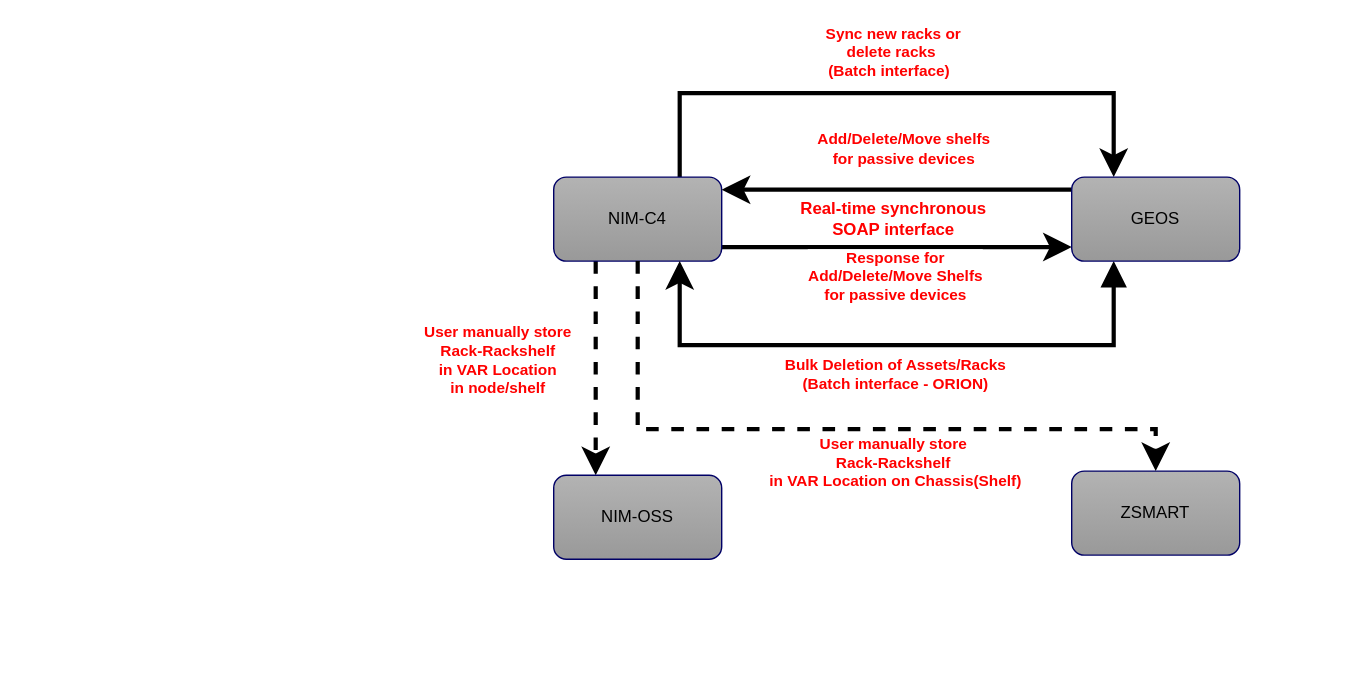
The draw.io diagram page "Rack" (5 of 6) of Untitled Diagram.drawio in dearishtaq/hello-world-old, before the edit. Source tidied: cells renumbered, new cells numbered last; positions are measured from the earlier drawing's top-left corner, leaving out a move shared by most shapes. Both pictures are drawn from the tidied source at 140%, with x=0, y=0 at pixel (553, 92).
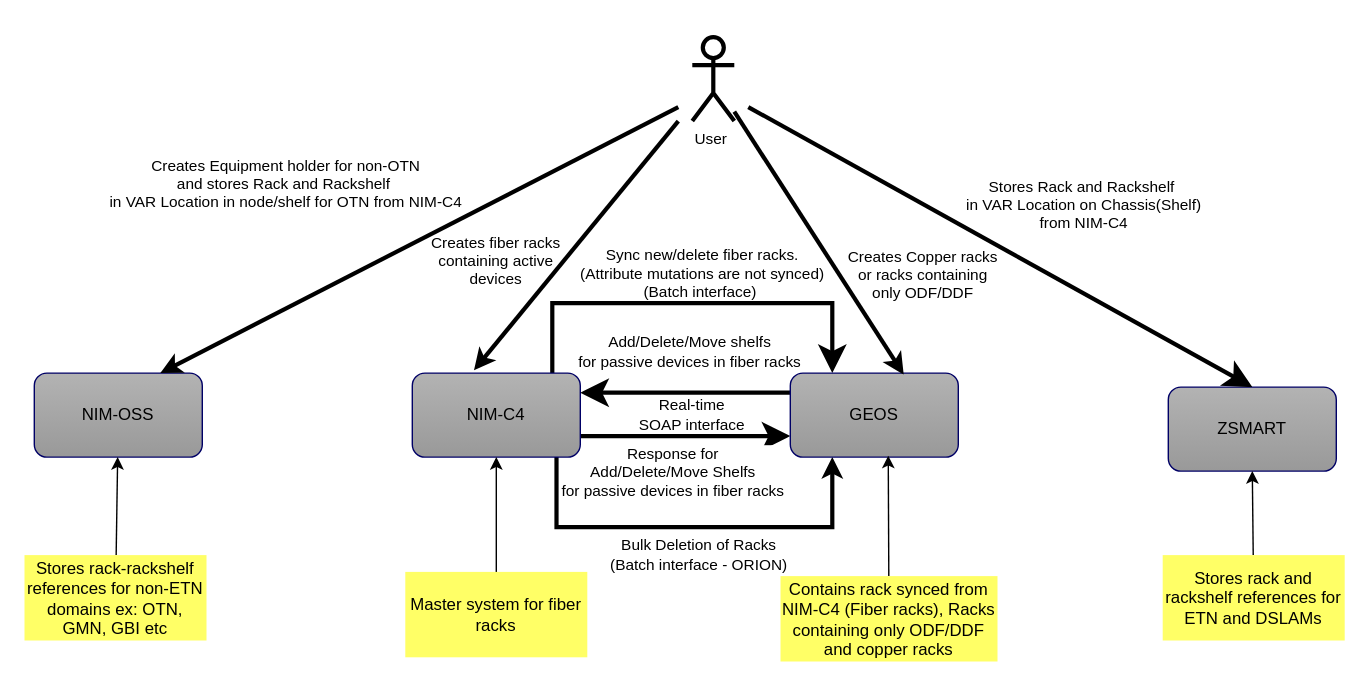
After the change.

What changed in the source:
```diff
@@
-    <mxCell id="2" style="edgeStyle=orthogonalEdgeStyle;rounded=0;orthogonalLoop=1;jettySize=auto;html=1;entryX=0;entryY=0.75;entryDx=0;entryDy=0;strokeColor=#000000;fontColor=#000000;exitX=1;exitY=0.75;exitDx=0;exitDy=0;shadow=0;strokeWidth=3;endSize=11;startSize=11;sketch=0;" parent="1" edge="1">
-      <mxGeometry relative="1" as="geometry">
-        <mxPoint x="120" y="110" as="sourcePoint" />
-        <mxPoint x="370" y="110" as="targetPoint" />
-      </mxGeometry>
+    <mxCell id="2" style="edgeStyle=orthogonalEdgeStyle;rounded=0;jettySize=auto;html=1;strokeColor=#000000;fontColor=#000000;shadow=0;strokeWidth=3;endSize=11;startSize=11;sketch=0;entryX=0;entryY=0.75;entryDx=0;entryDy=0;exitX=1;exitY=0.75;exitDx=0;exitDy=0;" parent="1" edge="1" source="7" target="11">
+      <mxGeometry relative="1" as="geometry" />
     </mxCell>
-    <mxCell id="3" value="&lt;font color=&quot;#ff0000&quot;&gt;&lt;b&gt;Response for &lt;br&gt;Add/Delete/Move Shelfs&lt;br&gt;&lt;/b&gt;&lt;/font&gt;&lt;b style=&quot;color: rgb(255 , 0 , 0)&quot;&gt;for passive devices&lt;/b&gt;&lt;font color=&quot;#ff0000&quot;&gt;&lt;b&gt;&lt;br&gt;&lt;/b&gt;&lt;/font&gt;" style="edgeLabel;html=1;align=center;verticalAlign=middle;fontColor=#000000;" parent="2" vertex="1">
+    <mxCell id="3" value="&lt;font&gt;&lt;span&gt;Response for &lt;br&gt;Add/Delete/Move Shelfs&lt;br&gt;&lt;/span&gt;&lt;/font&gt;&lt;span&gt;for passive devices in fiber racks&lt;/span&gt;&lt;font&gt;&lt;span&gt;&lt;br&gt;&lt;/span&gt;&lt;/font&gt;" style="edgeLabel;html=1;align=center;verticalAlign=middle;fontStyle=0;" parent="2" vertex="1">
       <mxGeometry x="0.15" relative="1" as="geometry">
-        <mxPoint x="-21" y="20" as="offset" />
+        <mxPoint x="-21" y="25" as="offset" />
       </mxGeometry>
     </mxCell>
-    <mxCell id="4" style="edgeStyle=orthogonalEdgeStyle;rounded=0;jettySize=auto;html=1;entryX=0.25;entryY=0;entryDx=0;entryDy=0;fontColor=#000000;exitX=0.75;exitY=0;exitDx=0;exitDy=0;jumpSize=9;jumpStyle=arc;startSize=11;endSize=11;shadow=0;sketch=0;strokeWidth=3;" parent="1" edge="1" source="7" target="11">
+    <mxCell id="4" style="edgeStyle=orthogonalEdgeStyle;rounded=0;jettySize=auto;html=1;entryX=0.25;entryY=0;entryDx=0;entryDy=0;fontColor=#000000;jumpSize=9;jumpStyle=arc;startSize=11;endSize=11;shadow=0;sketch=0;strokeWidth=3;" parent="1" edge="1" source="7" target="11">
       <mxGeometry relative="1" as="geometry">
         <Array as="points">
-          <mxPoint x="90" />
-          <mxPoint x="400" />
+          <mxPoint x="-1" y="150" />
+          <mxPoint x="199" y="150" />
         </Array>
       </mxGeometry>
     </mxCell>
-    <mxCell id="5" value="&lt;font color=&quot;#ff0000&quot;&gt;&lt;b&gt;&amp;nbsp;Sync new racks or&lt;br&gt;delete racks &lt;br&gt;(Batch interface)&amp;nbsp;&lt;/b&gt;&lt;/font&gt;" style="edgeLabel;html=1;align=center;verticalAlign=middle;fontColor=#000000;" parent="4" vertex="1">
+    <mxCell id="5" value="&amp;nbsp;Sync new/delete fiber racks.&amp;nbsp;&lt;br&gt;(Attribute mutations are not synced)&lt;br&gt;(Batch interface)&amp;nbsp;" style="edgeLabel;html=1;align=center;verticalAlign=middle;fontColor=#000000;" parent="4" vertex="1">
       <mxGeometry x="-0.28" y="1" relative="1" as="geometry">
-        <mxPoint x="55" y="-29" as="offset" />
+        <mxPoint x="48" y="-21" as="offset" />
       </mxGeometry>
     </mxCell>
-    <mxCell id="6" value="&lt;font color=&quot;#ff0000&quot;&gt;&lt;b&gt;User manually store &lt;br&gt;Rack-Rackshelf &lt;br&gt;in VAR Location&lt;br&gt;in node/shelf&lt;br&gt;&lt;/b&gt;&lt;/font&gt;" style="edgeStyle=orthogonalEdgeStyle;rounded=0;jettySize=auto;html=1;strokeColor=#000000;fontColor=#000000;entryX=0.25;entryY=0;entryDx=0;entryDy=0;exitX=0.25;exitY=1;exitDx=0;exitDy=0;dashed=1;shadow=0;strokeWidth=3;endSize=11;startSize=11;sketch=0;" parent="1" edge="1" source="7" target="12">
-      <mxGeometry x="-0.07" y="-70" relative="1" as="geometry" />
-    </mxCell>
+    <mxCell id="16" style="edgeStyle=orthogonalEdgeStyle;rounded=0;jettySize=auto;html=1;strokeWidth=3;fontSize=11;fontColor=#000000;align=center;entryX=0.25;entryY=1;entryDx=0;entryDy=0;" parent="1" edge="1" target="11">
+      <mxGeometry relative="1" as="geometry">
+        <mxPoint x="2" y="260" as="sourcePoint" />
+        <Array as="points">
+          <mxPoint x="2" y="310" />
+          <mxPoint x="199" y="310" />
+        </Array>
+      </mxGeometry>
+    </mxCell>
     <mxCell id="7" value="NIM-C4" style="rounded=1;whiteSpace=wrap;html=1;strokeColor=#000066;fillColor=#B3B3B3;gradientColor=#999999;fontColor=#000000;" parent="1" vertex="1">
-      <mxGeometry y="60" width="120" height="60" as="geometry" />
+      <mxGeometry x="-101" y="200" width="120" height="60" as="geometry" />
     </mxCell>
-    <mxCell id="8" value="&lt;font color=&quot;#ff0000&quot;&gt;&lt;b&gt;Add/Delete/Move shelfs&lt;br&gt;for passive devices&lt;br&gt;&lt;/b&gt;&lt;/font&gt;" style="edgeStyle=orthogonalEdgeStyle;rounded=0;orthogonalLoop=1;jettySize=auto;html=1;entryX=1;entryY=0.25;entryDx=0;entryDy=0;strokeColor=#000000;fontColor=#000000;exitX=0;exitY=0.25;exitDx=0;exitDy=0;shadow=0;strokeWidth=3;endSize=11;startSize=11;sketch=0;" parent="1" edge="1">
+    <mxCell id="8" value="Add/Delete/Move shelfs&lt;br&gt;for passive devices in fiber racks" style="edgeStyle=orthogonalEdgeStyle;rounded=0;orthogonalLoop=1;jettySize=auto;html=1;strokeColor=#000000;fontColor=#000000;shadow=0;strokeWidth=3;endSize=11;startSize=11;sketch=0;" parent="1" edge="1">
       <mxGeometry x="-0.04" y="-29" relative="1" as="geometry">
-        <mxPoint x="370" y="69" as="sourcePoint" />
-        <mxPoint x="120" y="69" as="targetPoint" />
+        <mxPoint x="169" y="214" as="sourcePoint" />
+        <mxPoint x="19" y="214" as="targetPoint" />
       </mxGeometry>
     </mxCell>
-    <mxCell id="9" style="edgeStyle=orthogonalEdgeStyle;rounded=0;jettySize=auto;html=1;entryX=0.75;entryY=1;entryDx=0;entryDy=0;strokeColor=#000000;fontColor=#000000;exitX=0.25;exitY=1;exitDx=0;exitDy=0;shadow=0;strokeWidth=3;endSize=11;startSize=11;sketch=0;startArrow=block;startFill=1;" parent="1" edge="1" source="11" target="7">
-      <mxGeometry relative="1" as="geometry">
-        <Array as="points">
-          <mxPoint x="400" y="180" />
-          <mxPoint x="90" y="180" />
-        </Array>
-      </mxGeometry>
-    </mxCell>
-    <mxCell id="10" value="&lt;b&gt;Bulk Deletion of Assets/Racks&lt;br&gt;(Batch interface - ORION)&lt;br&gt;&lt;/b&gt;" style="edgeLabel;html=1;align=center;verticalAlign=middle;fontColor=#FF0000;" parent="9" vertex="1">
-      <mxGeometry x="-0.11" y="2" relative="1" as="geometry">
-        <mxPoint x="-26" y="18" as="offset" />
-      </mxGeometry>
-    </mxCell>
     <mxCell id="11" value="GEOS" style="rounded=1;whiteSpace=wrap;html=1;strokeColor=#000066;fillColor=#B3B3B3;gradientColor=#999999;fontColor=#000000;" parent="1" vertex="1">
-      <mxGeometry x="370" y="60" width="120" height="60" as="geometry" />
+      <mxGeometry x="169" y="200" width="120" height="60" as="geometry" />
     </mxCell>
     <mxCell id="12" value="NIM-OSS" style="rounded=1;whiteSpace=wrap;html=1;strokeColor=#000066;fillColor=#B3B3B3;gradientColor=#999999;fontColor=#000000;" parent="1" vertex="1">
-      <mxGeometry y="273" width="120" height="60" as="geometry" />
+      <mxGeometry x="-371" y="200" width="120" height="60" as="geometry" />
     </mxCell>
     <mxCell id="13" value="ZSMART" style="rounded=1;whiteSpace=wrap;html=1;strokeColor=#000066;fillColor=#B3B3B3;gradientColor=#999999;fontColor=#000000;" parent="1" vertex="1">
-      <mxGeometry x="370" y="270" width="120" height="60" as="geometry" />
+      <mxGeometry x="439" y="210" width="120" height="60" as="geometry" />
     </mxCell>
-    <mxCell id="14" value="&lt;b style=&quot;color: rgb(255 , 0 , 0) ; font-family: &amp;#34;helvetica&amp;#34; ; font-size: 11px ; font-style: normal ; letter-spacing: normal ; text-align: center ; text-indent: 0px ; text-transform: none ; word-spacing: 0px ; background-color: rgb(255 , 255 , 255)&quot;&gt;User manually store&lt;span&gt;&amp;nbsp;&lt;/span&gt;&lt;br&gt;Rack-Rackshelf&lt;span&gt;&amp;nbsp;&lt;/span&gt;&lt;br&gt;in VAR Location on Chassis(Shelf)&lt;/b&gt;" style="edgeStyle=orthogonalEdgeStyle;rounded=0;jettySize=auto;html=1;strokeColor=#000000;fontColor=#000000;entryX=0.5;entryY=0;entryDx=0;entryDy=0;shadow=0;strokeWidth=3;endSize=11;startSize=11;sketch=0;dashed=1;" parent="1" edge="1" source="7" target="13">
-      <mxGeometry x="0.17" y="-24" relative="1" as="geometry">
-        <Array as="points">
-          <mxPoint x="60" y="240" />
-          <mxPoint x="430" y="240" />
-        </Array>
+    <mxCell id="14" value="&lt;span style=&quot;font-family: &amp;#34;helvetica&amp;#34; ; font-size: 11px ; font-style: normal ; letter-spacing: normal ; text-indent: 0px ; text-transform: none ; word-spacing: 0px ; background-color: rgb(255 , 255 , 255)&quot;&gt;&lt;br&gt;&lt;/span&gt;" style="rounded=0;jettySize=auto;html=1;strokeColor=#000000;fontColor=#000000;entryX=0.5;entryY=0;entryDx=0;entryDy=0;shadow=0;strokeWidth=3;endSize=11;startSize=11;sketch=0;align=center;" parent="1" edge="1" target="13">
+      <mxGeometry x="0.14" y="51" relative="1" as="geometry">
+        <mxPoint x="139" y="10" as="sourcePoint" />
       </mxGeometry>
     </mxCell>
-    <mxCell id="15" value="&lt;b&gt;Real-time synchronous &lt;br&gt;SOAP interface&lt;/b&gt;" style="text;html=1;strokeColor=none;fillColor=none;align=center;verticalAlign=middle;whiteSpace=wrap;rounded=0;fontColor=#FF0000;" parent="1" vertex="1">
-      <mxGeometry x="153" y="80" width="180" height="20" as="geometry" />
-    </mxCell>
+    <mxCell id="17" style="edgeStyle=none;rounded=0;jettySize=auto;html=1;entryX=0.367;entryY=-0.033;entryDx=0;entryDy=0;entryPerimeter=0;strokeWidth=3;fontSize=11;fontColor=#000000;align=center;" parent="1" edge="1" target="7">
+      <mxGeometry relative="1" as="geometry">
+        <mxPoint x="89" y="20" as="sourcePoint" />
+      </mxGeometry>
+    </mxCell>
+    <mxCell id="18" style="rounded=0;jettySize=auto;html=1;entryX=0.75;entryY=0;entryDx=0;entryDy=0;strokeWidth=3;fontSize=11;fontColor=#000000;align=center;" parent="1" edge="1" target="12">
+      <mxGeometry relative="1" as="geometry">
+        <mxPoint x="89" y="10" as="sourcePoint" />
+      </mxGeometry>
+    </mxCell>
+    <mxCell id="19" style="edgeStyle=none;rounded=0;jettySize=auto;html=1;entryX=0.675;entryY=0.017;entryDx=0;entryDy=0;entryPerimeter=0;strokeWidth=3;fontSize=11;fontColor=#000000;align=center;" parent="1" edge="1" source="20" target="11">
+      <mxGeometry relative="1" as="geometry" />
+    </mxCell>
+    <mxCell id="20" value="User" style="shape=umlActor;verticalLabelPosition=bottom;verticalAlign=top;html=1;outlineConnect=0;strokeWidth=3;fontSize=11;align=left;" parent="1" vertex="1">
+      <mxGeometry x="99" y="-40" width="30" height="60" as="geometry" />
+    </mxCell>
+    <mxCell id="21" value="&lt;div&gt;Bulk Deletion of Racks&lt;/div&gt;&lt;div&gt;(Batch interface - ORION)&lt;/div&gt;" style="text;html=1;strokeColor=none;fillColor=none;align=center;verticalAlign=middle;whiteSpace=wrap;rounded=0;fontSize=11;fontColor=#000000;" parent="1" vertex="1">
+      <mxGeometry x="29" y="320" width="150" height="20" as="geometry" />
+    </mxCell>
+    <mxCell id="22" value="Real-time SOAP interface" style="text;html=1;strokeColor=none;fillColor=none;align=center;verticalAlign=middle;whiteSpace=wrap;rounded=0;fontSize=11;fontColor=#000000;" parent="1" vertex="1">
+      <mxGeometry x="59" y="220" width="80" height="20" as="geometry" />
+    </mxCell>
+    <mxCell id="23" value="&lt;span style=&quot;background-color: rgb(255 , 255 , 255)&quot;&gt;Creates Equipment holder for non-OTN&lt;br&gt;and stores Rack and Rackshelf&amp;nbsp;&lt;br&gt;in VAR Location in node/shelf for OTN from NIM-C4&lt;/span&gt;" style="text;html=1;strokeColor=none;fillColor=none;align=center;verticalAlign=middle;whiteSpace=wrap;rounded=0;fontSize=11;fontColor=#000000;" parent="1" vertex="1">
+      <mxGeometry x="-331" y="40" width="280" height="50" as="geometry" />
+    </mxCell>
+    <mxCell id="24" value="&lt;span style=&quot;font-family: &amp;#34;helvetica&amp;#34; ; background-color: rgb(255 , 255 , 255)&quot;&gt;Stores&amp;nbsp;&lt;/span&gt;&lt;span style=&quot;font-family: &amp;#34;helvetica&amp;#34; ; background-color: rgb(255 , 255 , 255)&quot;&gt;Rack and Rackshelf&amp;nbsp;&lt;/span&gt;&lt;br style=&quot;font-family: &amp;#34;helvetica&amp;#34;&quot;&gt;&lt;span style=&quot;font-family: &amp;#34;helvetica&amp;#34; ; background-color: rgb(255 , 255 , 255)&quot;&gt;in VAR Location on Chassis(Shelf)&lt;/span&gt;&lt;br style=&quot;font-family: &amp;#34;helvetica&amp;#34;&quot;&gt;&lt;span style=&quot;font-family: &amp;#34;helvetica&amp;#34; ; background-color: rgb(255 , 255 , 255)&quot;&gt;from NIM-C4&lt;/span&gt;" style="text;html=1;strokeColor=none;fillColor=none;align=center;verticalAlign=middle;whiteSpace=wrap;rounded=0;fontSize=11;fontColor=#000000;" parent="1" vertex="1">
+      <mxGeometry x="259" y="70" width="240" height="20" as="geometry" />
+    </mxCell>
+    <mxCell id="25" style="edgeStyle=none;rounded=0;jettySize=auto;html=1;entryX=0.5;entryY=1;entryDx=0;entryDy=0;strokeWidth=1;fontSize=11;fontColor=#000000;align=center;" parent="1" edge="1" source="26" target="13">
+      <mxGeometry relative="1" as="geometry" />
+    </mxCell>
+    <mxCell id="26" value="Stores rack and rackshelf references for ETN and DSLAMs" style="text;html=1;strokeColor=none;align=center;verticalAlign=middle;whiteSpace=wrap;overflow=hidden;fillColor=#FFFF66;" parent="1" vertex="1">
+      <mxGeometry x="435" y="330" width="130" height="61" as="geometry" />
+    </mxCell>
+    <mxCell id="27" style="edgeStyle=none;rounded=0;jettySize=auto;html=1;strokeWidth=1;fontSize=11;fontColor=#000000;align=center;" parent="1" edge="1" source="28" target="12">
+      <mxGeometry relative="1" as="geometry" />
+    </mxCell>
+    <mxCell id="28" value="Stores rack-rackshelf references for non-ETN domains ex: OTN, GMN, GBI etc" style="text;html=1;strokeColor=none;align=center;verticalAlign=middle;whiteSpace=wrap;overflow=hidden;fillColor=#FFFF66;" parent="1" vertex="1">
+      <mxGeometry x="-378" y="330" width="130" height="61" as="geometry" />
+    </mxCell>
+    <mxCell id="29" style="edgeStyle=none;rounded=0;jettySize=auto;html=1;strokeWidth=1;fontSize=11;fontColor=#000000;align=center;" parent="1" edge="1" source="30" target="7">
+      <mxGeometry relative="1" as="geometry" />
+    </mxCell>
+    <mxCell id="30" value="Master system for fiber racks" style="text;html=1;strokeColor=none;align=center;verticalAlign=middle;whiteSpace=wrap;overflow=hidden;fillColor=#FFFF66;" parent="1" vertex="1">
+      <mxGeometry x="-106" y="342" width="130" height="61" as="geometry" />
+    </mxCell>
+    <mxCell id="31" value="Creates Copper racks or racks containing only ODF/DDF" style="text;html=1;strokeColor=none;fillColor=none;align=center;verticalAlign=middle;whiteSpace=wrap;rounded=0;fontSize=11;fontColor=#000000;" parent="1" vertex="1">
+      <mxGeometry x="209" y="120" width="110" height="20" as="geometry" />
+    </mxCell>
+    <mxCell id="32" style="edgeStyle=none;rounded=0;jettySize=auto;html=1;strokeWidth=1;fontSize=11;fontColor=#000000;align=center;entryX=0.583;entryY=0.983;entryDx=0;entryDy=0;entryPerimeter=0;" parent="1" edge="1" source="33" target="11">
+      <mxGeometry relative="1" as="geometry" />
+    </mxCell>
+    <mxCell id="33" value="Contains rack synced from NIM-C4 (Fiber racks), Racks containing only ODF/DDF and copper racks" style="text;html=1;strokeColor=none;align=center;verticalAlign=middle;whiteSpace=wrap;overflow=hidden;fillColor=#FFFF66;fontStyle=0;" parent="1" vertex="1">
+      <mxGeometry x="162" y="345" width="155" height="61" as="geometry" />
+    </mxCell>
+    <mxCell id="34" value="Creates fiber racks containing active devices" style="text;html=1;strokeColor=none;fillColor=none;align=center;verticalAlign=middle;whiteSpace=wrap;rounded=0;fontSize=11;fontColor=#000000;" parent="1" vertex="1">
+      <mxGeometry x="-96" y="110" width="110" height="20" as="geometry" />
+    </mxCell>
```
